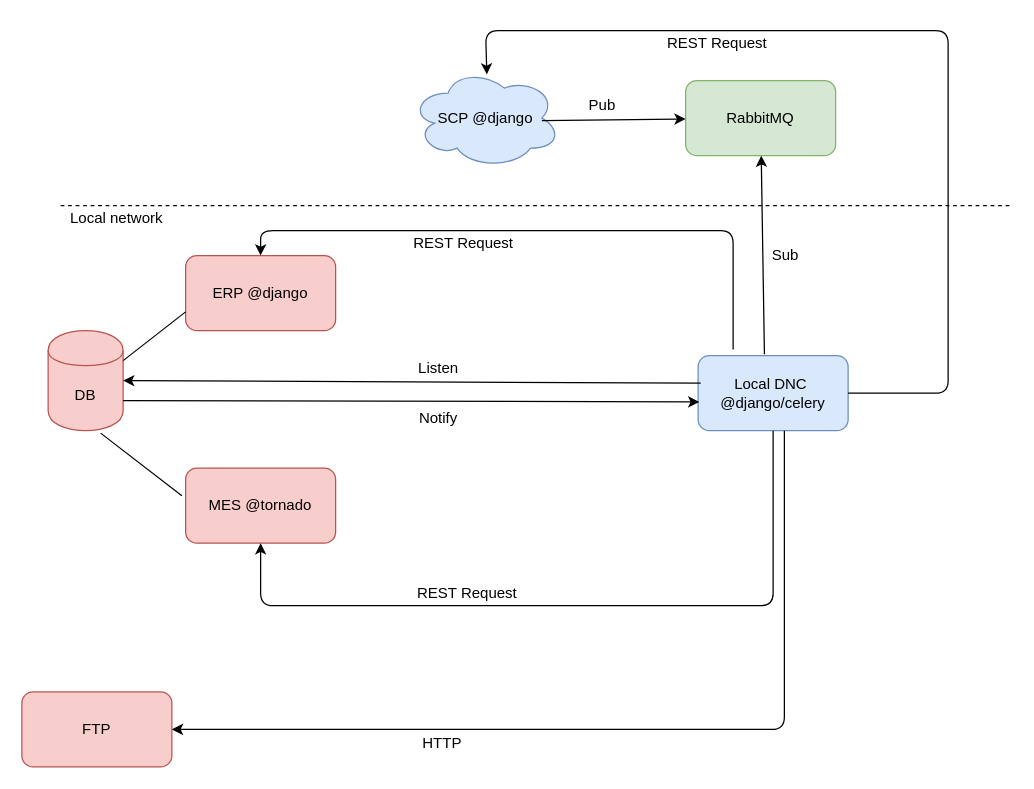
The draw.io diagram cloud-local.drawio in sf-test/org-repo, before the edit. Source tidied: cells renumbered, new cells numbered last; positions are measured from the earlier drawing's top-left corner, leaving out a move shared by most shapes. Both pictures are drawn from the tidied source at 125%, with x=0, y=0 at pixel (21, 30).
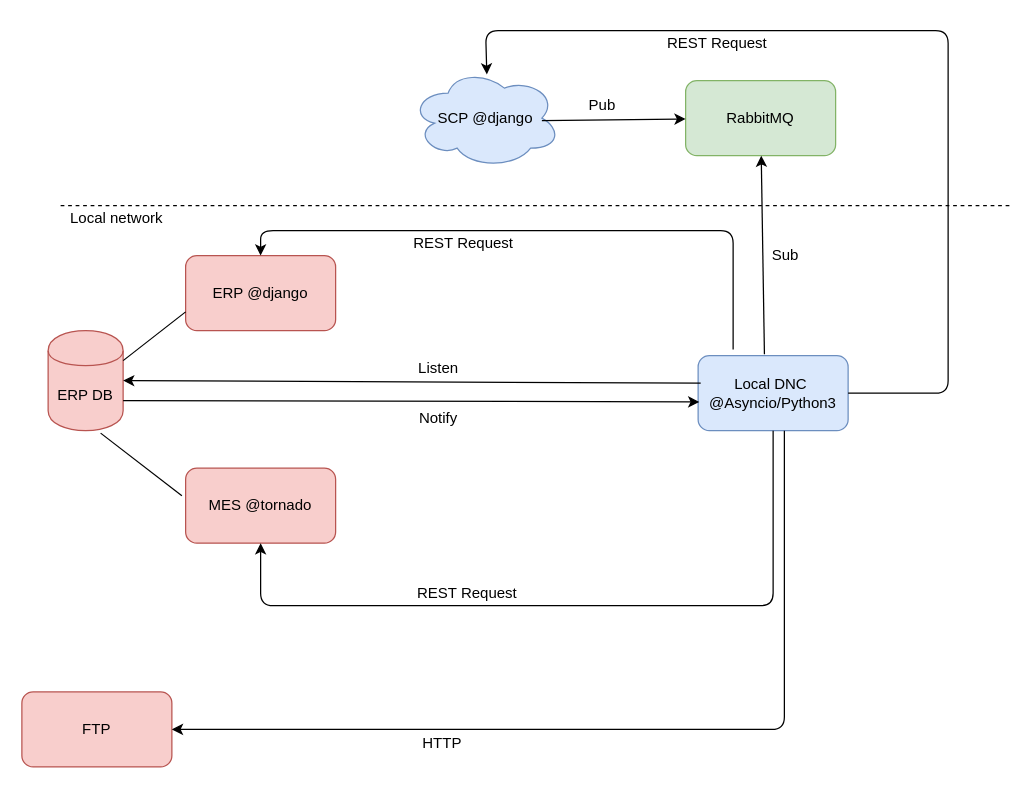
Above is the later version.

What changed in the source:
```diff
@@
-    <mxCell id="8" value="DB" style="shape=cylinder;whiteSpace=wrap;html=1;boundedLbl=1;backgroundOutline=1;fillColor=#f8cecc;strokeColor=#b85450;" parent="1" vertex="1">
+    <mxCell id="8" value="&lt;div&gt;ERP DB&lt;/div&gt;" style="shape=cylinder;whiteSpace=wrap;html=1;boundedLbl=1;backgroundOutline=1;fillColor=#f8cecc;strokeColor=#b85450;" parent="1" vertex="1">
       <mxGeometry x="21" y="240" width="60" height="80" as="geometry" />
     </mxCell>
@@
-    <mxCell id="10" value="Local DNC&amp;nbsp; @django/celery" style="rounded=1;whiteSpace=wrap;html=1;fillColor=#dae8fc;strokeColor=#6c8ebf;" parent="1" vertex="1">
+    <mxCell id="10" value="&lt;div&gt;Local DNC&amp;nbsp; &lt;br&gt;&lt;/div&gt;&lt;div&gt;@Asyncio/Python3&lt;/div&gt;" style="rounded=1;whiteSpace=wrap;html=1;fillColor=#dae8fc;strokeColor=#6c8ebf;" parent="1" vertex="1">
       <mxGeometry x="541" y="260" width="120" height="60" as="geometry" />
     </mxCell>
```
